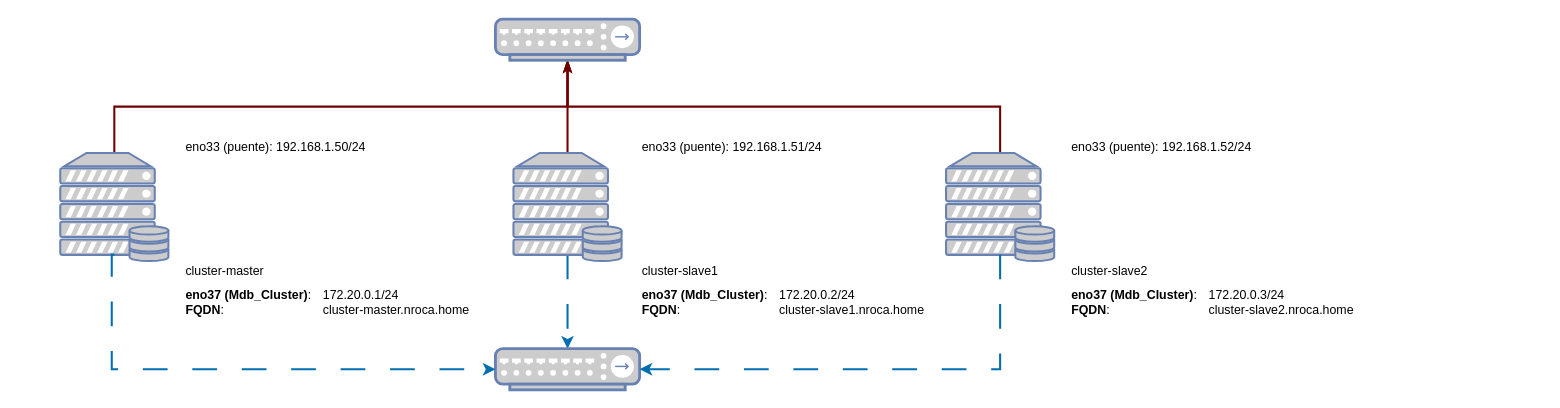
Earlier version of the draw.io diagram BDs/MariaDB/Galera Cluster/img/Galera_lab_setup.drawio (R3TR0R0C4/Wiki). Source tidied: cells renumbered, new cells numbered last; positions are measured from the earlier drawing's top-left corner, leaving out a move shared by most shapes. Both pictures are drawn from the tidied source at 103%, with x=0, y=0 at pixel (60, 19).
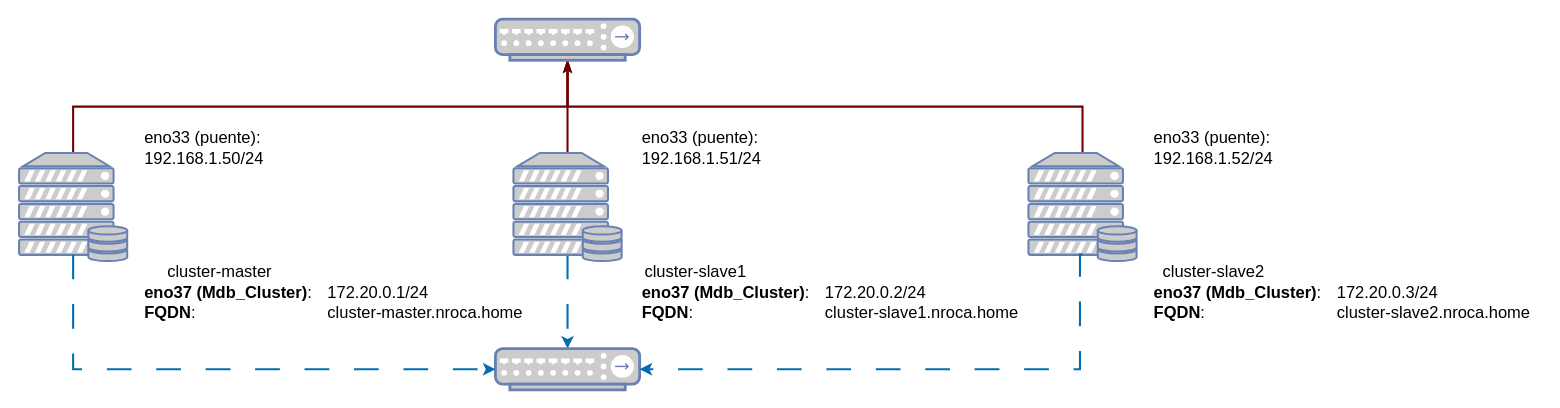
The same page after the edit.

Commit message (it also covers changes not shown here):
update galera lab

Unchanged cells that the change refers to:
```xml
<mxCell id="12" style="fontColor=#0066CC;verticalAlign=top;verticalLabelPosition=bottom;labelPosition=center;align=center;html=1;outlineConnect=0;fillColor=#CCCCCC;strokeColor=#6881B3;gradientColor=none;gradientDirection=north;strokeWidth=2;shape=mxgraph.networks.hub;" parent="1" vertex="1">
  <mxGeometry x="422.5" y="320" width="140" height="40" as="geometry" />
</mxCell>
```

The edit, as a diff of the source:
```diff
@@
     <mxCell id="3" style="fontColor=#0066CC;verticalAlign=top;verticalLabelPosition=bottom;labelPosition=center;align=center;html=1;outlineConnect=0;fillColor=#CCCCCC;strokeColor=#6881B3;gradientColor=none;gradientDirection=north;strokeWidth=2;shape=mxgraph.networks.server_storage;" parent="1" vertex="1">
-      <mxGeometry y="130" width="105" height="105" as="geometry" />
+      <mxGeometry x="-40" y="130" width="105" height="105" as="geometry" />
     </mxCell>
@@
     <mxCell id="8" style="fontColor=#0066CC;verticalAlign=top;verticalLabelPosition=bottom;labelPosition=center;align=center;html=1;outlineConnect=0;fillColor=#CCCCCC;strokeColor=#6881B3;gradientColor=none;gradientDirection=north;strokeWidth=2;shape=mxgraph.networks.server_storage;" parent="1" vertex="1">
-      <mxGeometry x="860" y="130" width="105" height="105" as="geometry" />
+      <mxGeometry x="940" y="130" width="105" height="105" as="geometry" />
     </mxCell>
-    <mxCell id="9" value="cluster-master" style="text;html=1;align=center;verticalAlign=middle;whiteSpace=wrap;rounded=0;" parent="1" vertex="1">
-      <mxGeometry x="120" y="230" width="80" height="30" as="geometry" />
+    <mxCell id="9" value="cluster-master" style="text;html=1;align=center;verticalAlign=middle;whiteSpace=wrap;rounded=0;fontSize=16;" parent="1" vertex="1">
+      <mxGeometry x="80" y="230" width="150" height="30" as="geometry" />
     </mxCell>
-    <mxCell id="10" value="&lt;b&gt;eno37 (Mdb_Cluster)&lt;/b&gt;: &lt;span style=&quot;white-space: pre;&quot;&gt;&#9;&lt;/span&gt;172.20.0.1/24&lt;div&gt;&lt;b&gt;FQDN&lt;/b&gt;: &lt;span style=&quot;white-space: pre;&quot;&gt;&#9;&lt;/span&gt;&lt;span style=&quot;white-space: pre;&quot;&gt;&#9;&lt;/span&gt;&lt;span style=&quot;white-space: pre;&quot;&gt;&#9;&lt;span style=&quot;white-space: pre;&quot;&gt;&#9;&lt;/span&gt;&lt;/span&gt;cluster-master.nroca.home&lt;/div&gt;" style="text;html=1;align=left;verticalAlign=middle;whiteSpace=wrap;rounded=0;" parent="1" vertex="1">
-      <mxGeometry x="120" y="260" width="280" height="30" as="geometry" />
+    <mxCell id="10" value="&lt;b style=&quot;font-size: 16px;&quot;&gt;eno37 (Mdb_Cluster)&lt;/b&gt;: &lt;span style=&quot;white-space: pre; font-size: 16px;&quot;&gt;&#9;&lt;/span&gt;172.20.0.1/24&lt;div style=&quot;font-size: 16px;&quot;&gt;&lt;b style=&quot;font-size: 16px;&quot;&gt;FQDN&lt;/b&gt;: &lt;span style=&quot;white-space: pre; font-size: 16px;&quot;&gt;&#9;&lt;/span&gt;&lt;span style=&quot;white-space: pre; font-size: 16px;&quot;&gt;&#9;&lt;/span&gt;&lt;span style=&quot;white-space: pre; font-size: 16px;&quot;&gt;&#9;&lt;span style=&quot;white-space: pre; font-size: 16px;&quot;&gt;&#9;&lt;/span&gt;&lt;/span&gt;cluster-master.nroca.home&lt;/div&gt;" style="text;html=1;align=left;verticalAlign=middle;whiteSpace=wrap;rounded=0;fontSize=16;" parent="1" vertex="1">
+      <mxGeometry x="80" y="260" width="370" height="30" as="geometry" />
     </mxCell>
@@
     <mxCell id="13" style="edgeStyle=orthogonalEdgeStyle;rounded=0;jettySize=auto;html=1;exitX=0.5;exitY=0.94;exitDx=0;exitDy=0;exitPerimeter=0;entryX=0;entryY=0.5;entryDx=0;entryDy=0;entryPerimeter=0;strokeWidth=2;fillColor=#1ba1e2;strokeColor=#006EAF;dashed=1;dashPattern=12 12;" parent="1" edge="1" source="3" target="12">
       <mxGeometry relative="1" as="geometry">
         <Array as="points">
-          <mxPoint x="50" y="229" />
-          <mxPoint x="50" y="340" />
+          <mxPoint x="12" y="340" />
         </Array>
       </mxGeometry>
     </mxCell>
     <mxCell id="14" style="edgeStyle=orthogonalEdgeStyle;rounded=0;jettySize=auto;html=1;exitX=0.5;exitY=0.94;exitDx=0;exitDy=0;exitPerimeter=0;entryX=1;entryY=0.5;entryDx=0;entryDy=0;entryPerimeter=0;strokeWidth=2;fillColor=#1ba1e2;strokeColor=#006EAF;dashed=1;dashPattern=12 12;" parent="1" edge="1" source="8" target="12">
       <mxGeometry relative="1" as="geometry">
         <Array as="points">
-          <mxPoint x="913" y="340" />
+          <mxPoint x="990" y="229" />
+          <mxPoint x="990" y="340" />
         </Array>
       </mxGeometry>
     </mxCell>
-    <mxCell id="15" value="eno33 (puente): 192.168.1.50/24" style="text;html=1;align=left;verticalAlign=middle;whiteSpace=wrap;rounded=0;" parent="1" vertex="1">
-      <mxGeometry x="120" y="110" width="220" height="30" as="geometry" />
+    <mxCell id="15" value="eno33 (puente): 192.168.1.50/24" style="text;html=1;align=left;verticalAlign=middle;whiteSpace=wrap;rounded=0;fontSize=16;" parent="1" vertex="1">
+      <mxGeometry x="80" y="110" width="220" height="30" as="geometry" />
     </mxCell>
-    <mxCell id="16" value="cluster-slave1" style="text;html=1;align=center;verticalAlign=middle;whiteSpace=wrap;rounded=0;" parent="1" vertex="1">
-      <mxGeometry x="562.5" y="230" width="77.5" height="30" as="geometry" />
+    <mxCell id="16" value="cluster-slave1" style="text;html=1;align=center;verticalAlign=middle;whiteSpace=wrap;rounded=0;fontSize=16;" parent="1" vertex="1">
+      <mxGeometry x="562.5" y="230" width="107.5" height="30" as="geometry" />
     </mxCell>
-    <mxCell id="17" value="&lt;b&gt;eno37 (Mdb_Cluster)&lt;/b&gt;: &lt;span style=&quot;white-space: pre;&quot;&gt;&#9;&lt;/span&gt;172.20.0.2/24&lt;div&gt;&lt;b&gt;FQDN&lt;/b&gt;: &lt;span style=&quot;white-space: pre;&quot;&gt;&#9;&lt;/span&gt;&lt;span style=&quot;white-space: pre;&quot;&gt;&#9;&lt;/span&gt;&lt;span style=&quot;white-space: pre;&quot;&gt;&#9;&lt;span style=&quot;white-space: pre;&quot;&gt;&#9;&lt;/span&gt;&lt;/span&gt;cluster-slave1.nroca.home&lt;/div&gt;" style="text;html=1;align=left;verticalAlign=middle;whiteSpace=wrap;rounded=0;" parent="1" vertex="1">
-      <mxGeometry x="562.5" y="260" width="280" height="30" as="geometry" />
+    <mxCell id="17" value="&lt;b style=&quot;font-size: 16px;&quot;&gt;eno37 (Mdb_Cluster)&lt;/b&gt;: &lt;span style=&quot;white-space: pre; font-size: 16px;&quot;&gt;&#9;&lt;/span&gt;172.20.0.2/24&lt;div style=&quot;font-size: 16px;&quot;&gt;&lt;b style=&quot;font-size: 16px;&quot;&gt;FQDN&lt;/b&gt;: &lt;span style=&quot;white-space: pre; font-size: 16px;&quot;&gt;&#9;&lt;/span&gt;&lt;span style=&quot;white-space: pre; font-size: 16px;&quot;&gt;&#9;&lt;/span&gt;&lt;span style=&quot;white-space: pre; font-size: 16px;&quot;&gt;&#9;&lt;span style=&quot;white-space: pre; font-size: 16px;&quot;&gt;&#9;&lt;/span&gt;&lt;/span&gt;cluster-slave1.nroca.home&lt;/div&gt;" style="text;html=1;align=left;verticalAlign=middle;whiteSpace=wrap;rounded=0;fontSize=16;" parent="1" vertex="1">
+      <mxGeometry x="562.5" y="260" width="377.5" height="30" as="geometry" />
     </mxCell>
-    <mxCell id="18" value="eno33 (puente): 192.168.1.51/24" style="text;html=1;align=left;verticalAlign=middle;whiteSpace=wrap;rounded=0;" parent="1" vertex="1">
+    <mxCell id="18" value="eno33 (puente): 192.168.1.51/24" style="text;html=1;align=left;verticalAlign=middle;whiteSpace=wrap;rounded=0;fontSize=16;" parent="1" vertex="1">
       <mxGeometry x="562.5" y="110" width="220" height="30" as="geometry" />
     </mxCell>
-    <mxCell id="19" value="&lt;b&gt;eno37 (Mdb_Cluster)&lt;/b&gt;: &lt;span style=&quot;white-space: pre;&quot;&gt;&#9;&lt;/span&gt;172.20.0.3/24&lt;div&gt;&lt;b&gt;FQDN&lt;/b&gt;: &lt;span style=&quot;white-space: pre;&quot;&gt;&#9;&lt;/span&gt;&lt;span style=&quot;white-space: pre;&quot;&gt;&#9;&lt;/span&gt;&lt;span style=&quot;white-space: pre;&quot;&gt;&#9;&lt;span style=&quot;white-space: pre;&quot;&gt;&#9;&lt;/span&gt;&lt;/span&gt;cluster-slave2.nroca.home&lt;/div&gt;" style="text;html=1;align=left;verticalAlign=middle;whiteSpace=wrap;rounded=0;" parent="1" vertex="1">
-      <mxGeometry x="980" y="260" width="280" height="30" as="geometry" />
+    <mxCell id="19" value="&lt;b style=&quot;font-size: 16px;&quot;&gt;eno37 (Mdb_Cluster)&lt;/b&gt;: &lt;span style=&quot;white-space: pre; font-size: 16px;&quot;&gt;&#9;&lt;/span&gt;172.20.0.3/24&lt;div style=&quot;font-size: 16px;&quot;&gt;&lt;b style=&quot;font-size: 16px;&quot;&gt;FQDN&lt;/b&gt;: &lt;span style=&quot;white-space: pre; font-size: 16px;&quot;&gt;&#9;&lt;/span&gt;&lt;span style=&quot;white-space: pre; font-size: 16px;&quot;&gt;&#9;&lt;/span&gt;&lt;span style=&quot;white-space: pre; font-size: 16px;&quot;&gt;&#9;&lt;span style=&quot;white-space: pre; font-size: 16px;&quot;&gt;&#9;&lt;/span&gt;&lt;/span&gt;cluster-slave2.nroca.home&lt;/div&gt;" style="text;html=1;align=left;verticalAlign=middle;whiteSpace=wrap;rounded=0;fontSize=16;" parent="1" vertex="1">
+      <mxGeometry x="1060" y="260" width="380" height="30" as="geometry" />
     </mxCell>
-    <mxCell id="20" value="eno33 (puente): 192.168.1.52/24" style="text;html=1;align=left;verticalAlign=middle;whiteSpace=wrap;rounded=0;" parent="1" vertex="1">
-      <mxGeometry x="980" y="110" width="220" height="30" as="geometry" />
+    <mxCell id="20" value="eno33 (puente): 192.168.1.52/24" style="text;html=1;align=left;verticalAlign=middle;whiteSpace=wrap;rounded=0;fontSize=16;" parent="1" vertex="1">
+      <mxGeometry x="1060" y="110" width="220" height="30" as="geometry" />
     </mxCell>
-    <mxCell id="21" value="cluster-slave2" style="text;html=1;align=center;verticalAlign=middle;whiteSpace=wrap;rounded=0;" parent="1" vertex="1">
-      <mxGeometry x="980" y="230" width="77.5" height="30" as="geometry" />
+    <mxCell id="21" value="cluster-slave2" style="text;html=1;align=center;verticalAlign=middle;whiteSpace=wrap;rounded=0;fontSize=16;" parent="1" vertex="1">
+      <mxGeometry x="1060" y="230" width="120" height="30" as="geometry" />
     </mxCell>
```
